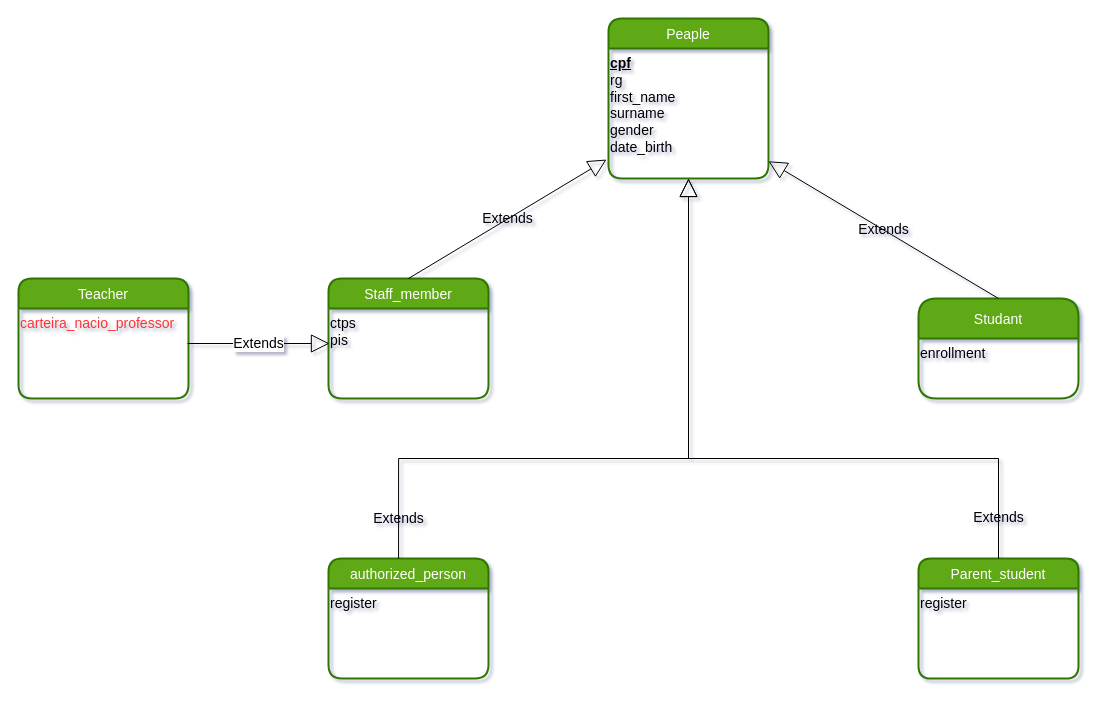
Above: page "Conceitual - Peaple" (1 of 2) of modelagem.drawio in witcare-developer/n2school-v2 (draw.io), before the change. Source tidied: cells renumbered, new cells numbered last; positions are measured from the earlier drawing's top-left corner, leaving out a move shared by most shapes. Both pictures are drawn from the tidied source at 100%, with x=0, y=0 at pixel (18, 18).
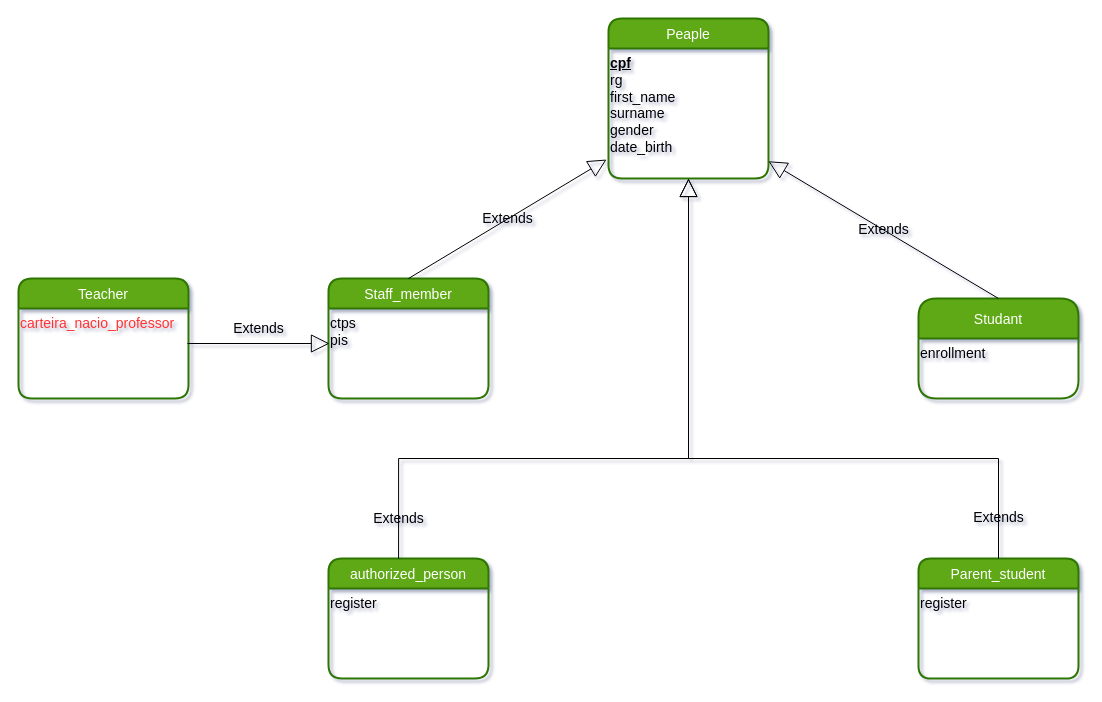
The same diagram, later.

The change refers to these unchanged cells:
```xml
<mxCell id="7" value="&lt;font color=&quot;#ff3333&quot;&gt;carteira_nacio_professor&lt;/font&gt;" style="text;html=1;align=left;verticalAlign=top;points=[];strokeColor=none;fillColor=none;fontSize=14;" parent="6" vertex="1">
  <mxGeometry y="30" width="170" height="90" as="geometry" />
</mxCell>
<mxCell id="16" value="&lt;font color=&quot;#000000&quot;&gt;ctps&lt;br&gt;pis&lt;/font&gt;" style="text;html=1;align=left;verticalAlign=top;points=[];strokeColor=none;fillColor=none;fontSize=14;fontColor=#FFFFFF;" parent="15" vertex="1">
  <mxGeometry y="30" width="160" height="90" as="geometry" />
</mxCell>
```

The edit, as a diff of the source:
```diff
@@
-    <mxCell id="18" value="&lt;font style=&quot;background-color: rgb(255 , 255 , 255)&quot;&gt;Extends&lt;/font&gt;" style="endArrow=block;endSize=16;endFill=0;html=1;rounded=0;fontSize=14;fontColor=#000000;exitX=0.994;exitY=0.389;exitDx=0;exitDy=0;exitPerimeter=0;entryX=0.006;entryY=0.389;entryDx=0;entryDy=0;entryPerimeter=0;strokeColor=#000000;" parent="1" edge="1" source="7" target="16">
-      <mxGeometry relative="1" as="geometry" />
+    <mxCell id="18" value="&lt;font style=&quot;&quot;&gt;Extends&lt;/font&gt;" style="endArrow=block;endSize=16;endFill=0;html=1;rounded=0;fontSize=14;fontColor=#000000;exitX=0.994;exitY=0.389;exitDx=0;exitDy=0;exitPerimeter=0;entryX=0.006;entryY=0.389;entryDx=0;entryDy=0;entryPerimeter=0;strokeColor=#000000;labelBackgroundColor=none;" parent="1" edge="1" source="7" target="16">
+      <mxGeometry y="15" relative="1" as="geometry" />
     </mxCell>
```
